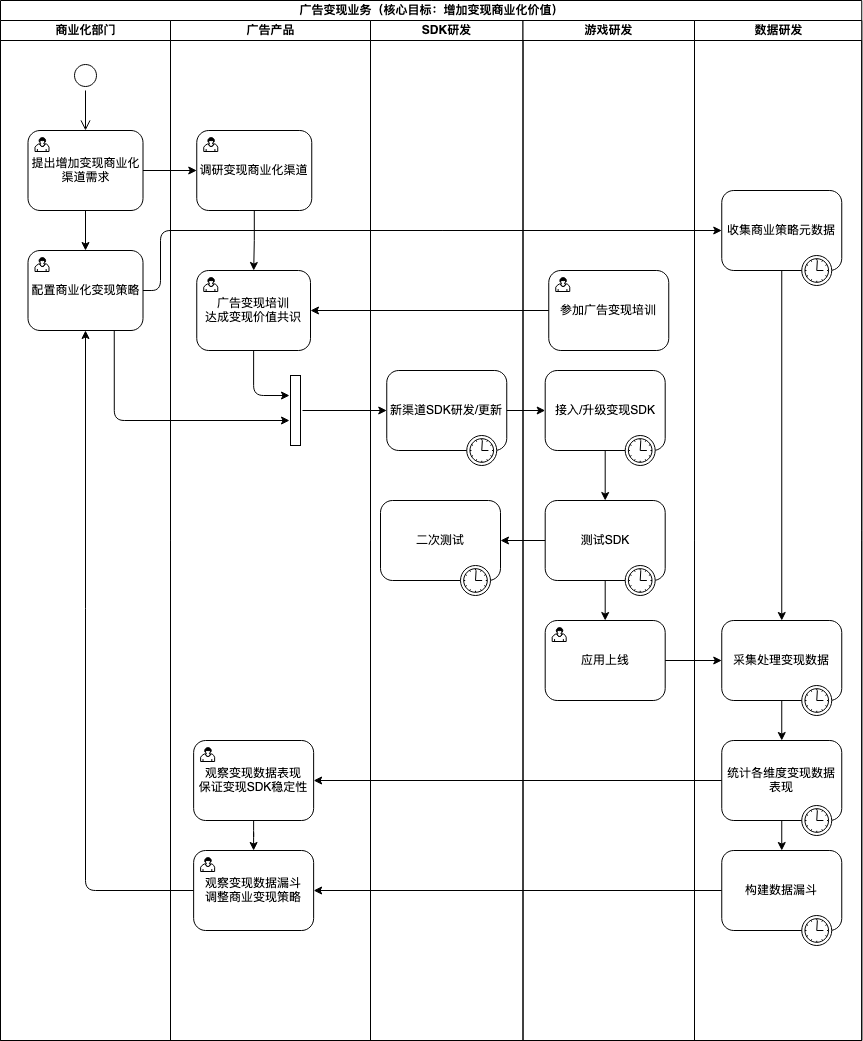
This is 广告变现业务.png from chen-quan-long/hello-world, a draw.io export, as it was before one commit. Source tidied: cells renumbered, new cells last; positions are measured from the earlier drawing's top-left corner, leaving out a move shared by most shapes.
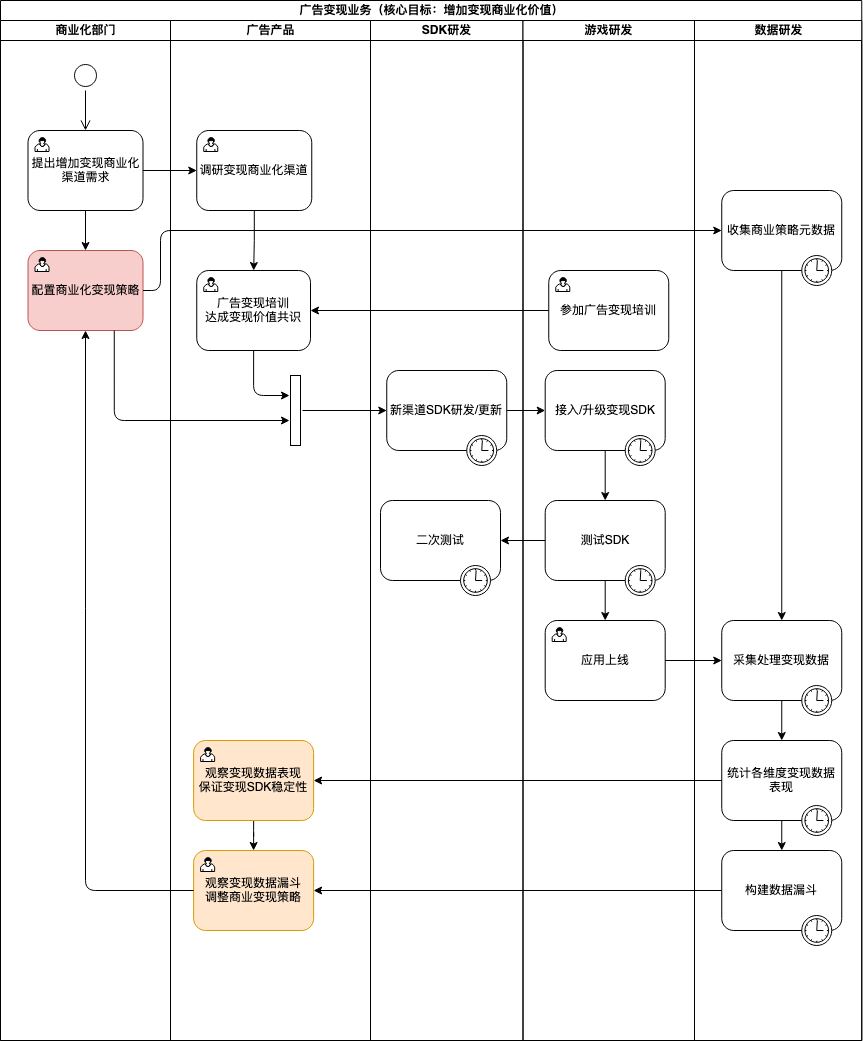
After the change.

Commit message:
更新广告变现业务.png

Change to the diagram source:
```diff
@@ -24,7 +24,7 @@
         <mxPoint x="85" y="110" as="targetPoint" />
       </mxGeometry>
     </mxCell>
-    <mxCell id="8" value="配置商业化变现策略" style="html=1;whiteSpace=wrap;rounded=1;align=center;" parent="3" vertex="1">
+    <mxCell id="8" value="配置商业化变现策略" style="html=1;whiteSpace=wrap;rounded=1;align=center;fillColor=#f8cecc;strokeColor=#b85450;" parent="3" vertex="1">
       <mxGeometry x="27.5" y="230" width="115" height="80" as="geometry" />
     </mxCell>
     <mxCell id="9" style="html=1;shape=mxgraph.bpmn.user_task;" parent="8" vertex="1">
@@ -63,7 +63,7 @@
     <mxCell id="18" style="html=1;points=[];perimeter=orthogonalPerimeter;rounded=0;sketch=0;direction=west;" parent="11" vertex="1">
       <mxGeometry x="120" y="355" width="10" height="70" as="geometry" />
     </mxCell>
-    <mxCell id="19" value="&lt;div&gt;观察变现数据漏斗&lt;/div&gt;&lt;div&gt;调整商业变现策略&lt;br&gt;&lt;/div&gt;" style="html=1;whiteSpace=wrap;rounded=1;sketch=0;" parent="11" vertex="1">
+    <mxCell id="19" value="&lt;div&gt;观察变现数据漏斗&lt;/div&gt;&lt;div&gt;调整商业变现策略&lt;br&gt;&lt;/div&gt;" style="html=1;whiteSpace=wrap;rounded=1;sketch=0;fillColor=#ffe6cc;strokeColor=#d79b00;" parent="11" vertex="1">
       <mxGeometry x="23.1" y="830" width="120" height="80" as="geometry" />
     </mxCell>
     <mxCell id="20" style="html=1;shape=mxgraph.bpmn.user_task;" parent="19" vertex="1">
@@ -74,7 +74,7 @@
     <mxCell id="21" style="edgeStyle=orthogonalEdgeStyle;curved=0;rounded=1;sketch=0;jettySize=auto;html=1;exitX=0.5;exitY=1;exitDx=0;exitDy=0;" parent="11" edge="1" source="22" target="19">
       <mxGeometry relative="1" as="geometry" />
     </mxCell>
-    <mxCell id="22" value="&lt;div&gt;观察变现数据表现&lt;/div&gt;&lt;div&gt;保证变现SDK稳定性&lt;br&gt;&lt;/div&gt;" style="html=1;whiteSpace=wrap;rounded=1;sketch=0;" parent="11" vertex="1">
+    <mxCell id="22" value="&lt;div&gt;观察变现数据表现&lt;/div&gt;&lt;div&gt;保证变现SDK稳定性&lt;br&gt;&lt;/div&gt;" style="html=1;whiteSpace=wrap;rounded=1;sketch=0;fillColor=#ffe6cc;strokeColor=#d79b00;" parent="11" vertex="1">
       <mxGeometry x="23.1" y="720" width="120" height="80" as="geometry" />
     </mxCell>
     <mxCell id="23" style="html=1;shape=mxgraph.bpmn.user_task;" parent="22" vertex="1">
```
